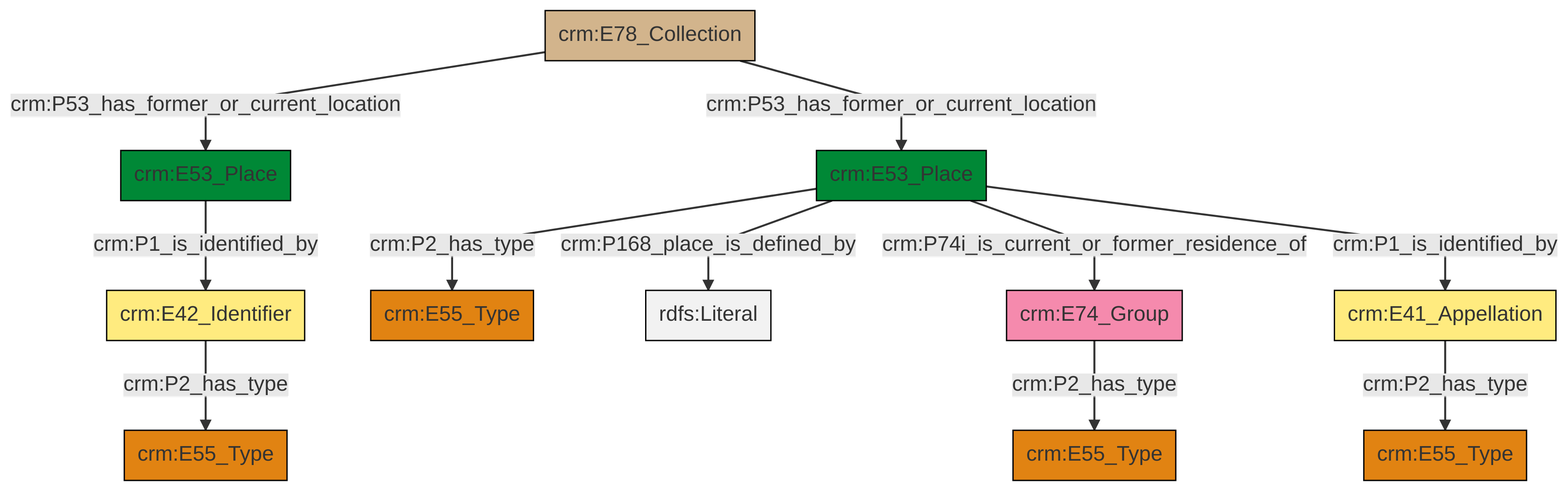
Before: et/archivalCSV/ttl/mmd/png/archival_location.png, a diagram exported from Mermaid (swiss-art-research-net/docs.swissartresearch). Its source is kept beside it as et/archivalCSV/ttl/mmd/archival_location.ttl.mmd.
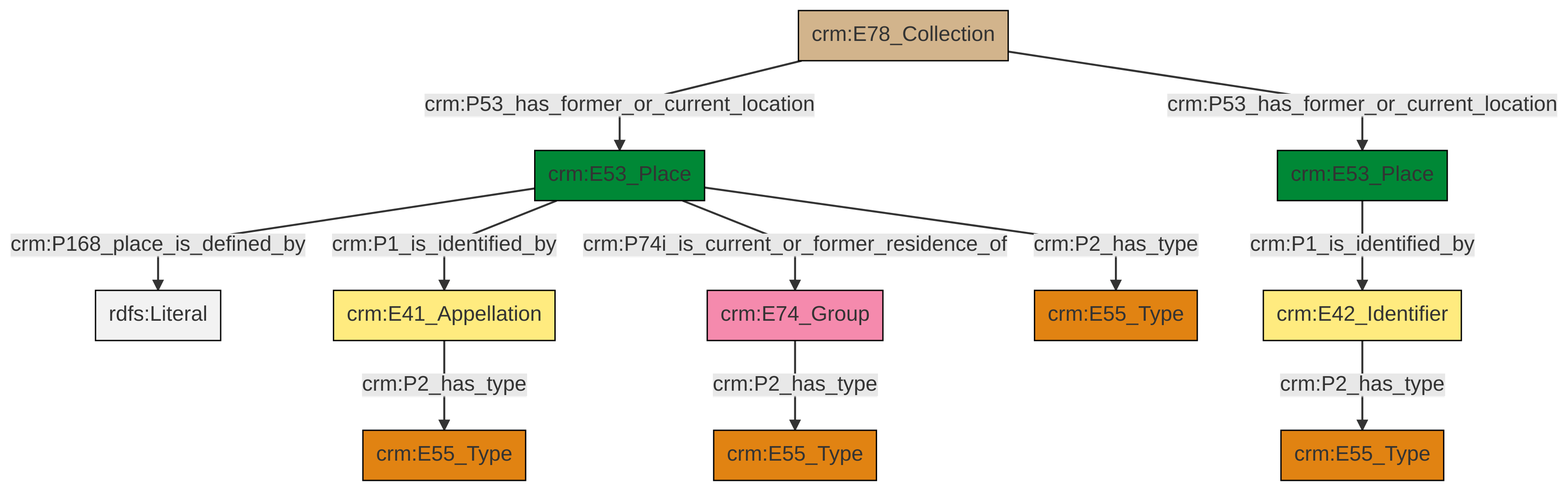
After the change.

The edit, as a diff of the source:
```diff
@@ -13,13 +13,13 @@
 classDef PC_Classes fill:#4ce600, stroke:#000000;
 classDef Multi fill:#cccccc,stroke:#000000;
 
-0["crm:E53_Place"]:::Place -->|crm:P2_has_type| 1["crm:E55_Type"]:::Type
-2["crm:E53_Place"]:::Place -->|crm:P1_is_identified_by| 3["crm:E42_Identifier"]:::Appellation
-15["crm:E78_Collection"]:::Physical_Thing -->|crm:P53_has_former_or_current_location| 2["crm:E53_Place"]:::Place
-15["crm:E78_Collection"]:::Physical_Thing -->|crm:P53_has_former_or_current_location| 0["crm:E53_Place"]:::Place
-18["crm:E41_Appellation"]:::Appellation -->|crm:P2_has_type| 10["crm:E55_Type"]:::Type
-12["crm:E74_Group"]:::Actor -->|crm:P2_has_type| 8["crm:E55_Type"]:::Type
-3["crm:E42_Identifier"]:::Appellation -->|crm:P2_has_type| 4["crm:E55_Type"]:::Type
-0["crm:E53_Place"]:::Place -->|crm:P168_place_is_defined_by| 19[rdfs:Literal]:::Literal
-0["crm:E53_Place"]:::Place -->|crm:P74i_is_current_or_former_residence_of| 12["crm:E74_Group"]:::Actor
-0["crm:E53_Place"]:::Place -->|crm:P1_is_identified_by| 18["crm:E41_Appellation"]:::Appellation
+2["crm:E53_Place"]:::Place -->|crm:P168_place_is_defined_by| 3[rdfs:Literal]:::Literal
+4["crm:E41_Appellation"]:::Appellation -->|crm:P2_has_type| 5["crm:E55_Type"]:::Type
+6["crm:E78_Collection"]:::Physical_Thing -->|crm:P53_has_former_or_current_location| 2["crm:E53_Place"]:::Place
+7["crm:E42_Identifier"]:::Appellation -->|crm:P2_has_type| 8["crm:E55_Type"]:::Type
+2["crm:E53_Place"]:::Place -->|crm:P2_has_type| 12["crm:E55_Type"]:::Type
+2["crm:E53_Place"]:::Place -->|crm:P1_is_identified_by| 4["crm:E41_Appellation"]:::Appellation
+17["crm:E74_Group"]:::Actor -->|crm:P2_has_type| 9["crm:E55_Type"]:::Type
+2["crm:E53_Place"]:::Place -->|crm:P74i_is_current_or_former_residence_of| 17["crm:E74_Group"]:::Actor
+6["crm:E78_Collection"]:::Physical_Thing -->|crm:P53_has_former_or_current_location| 0["crm:E53_Place"]:::Place
+0["crm:E53_Place"]:::Place -->|crm:P1_is_identified_by| 7["crm:E42_Identifier"]:::Appellation
```
